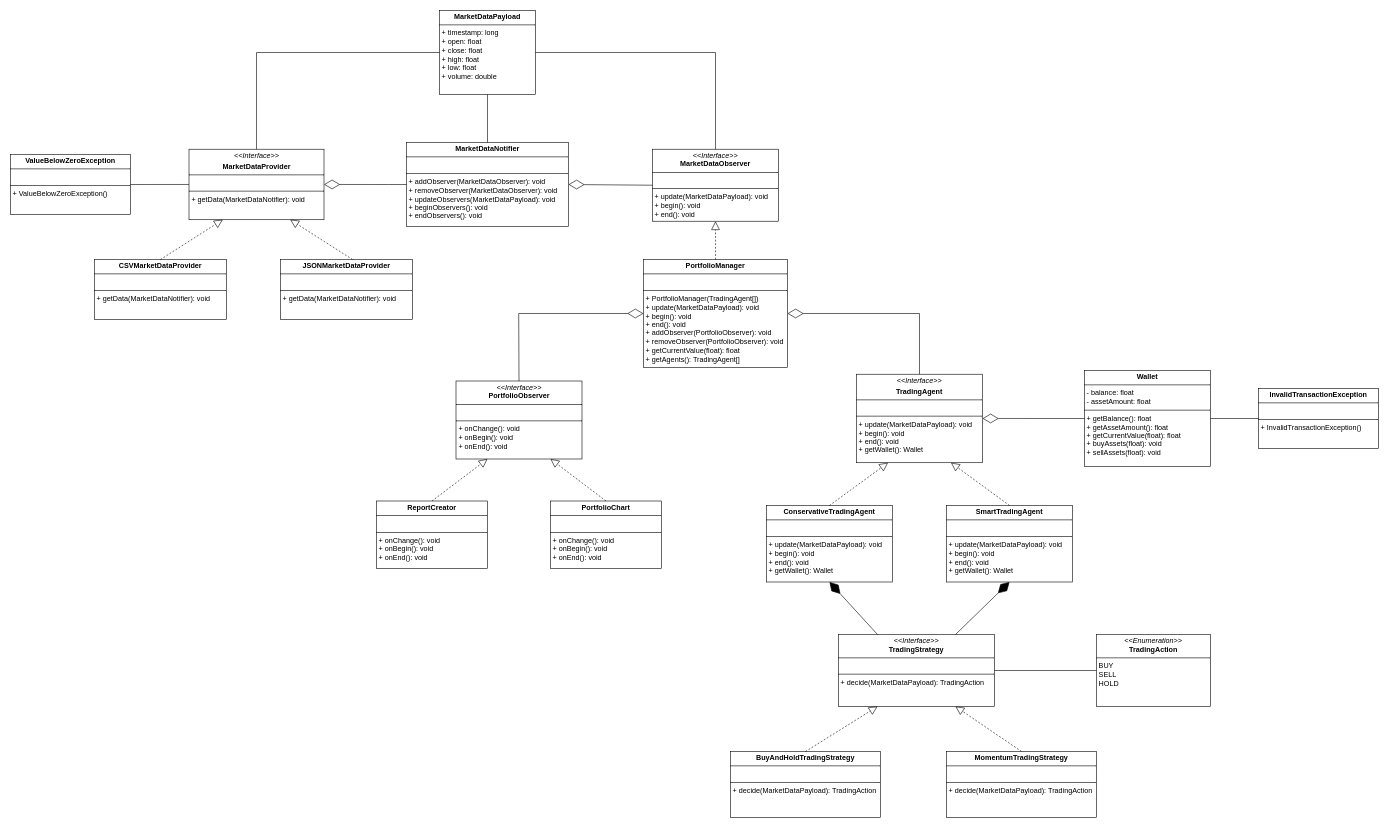
Before: assets/uml.drawio in Filipeak/mini-hedge-fund, a draw.io diagram. Source tidied: cells renumbered, new cells numbered last; positions are measured from the earlier drawing's top-left corner, leaving out a move shared by most shapes. Both pictures are drawn from the tidied source at 60%, with x=0, y=0 at pixel (10, 10).
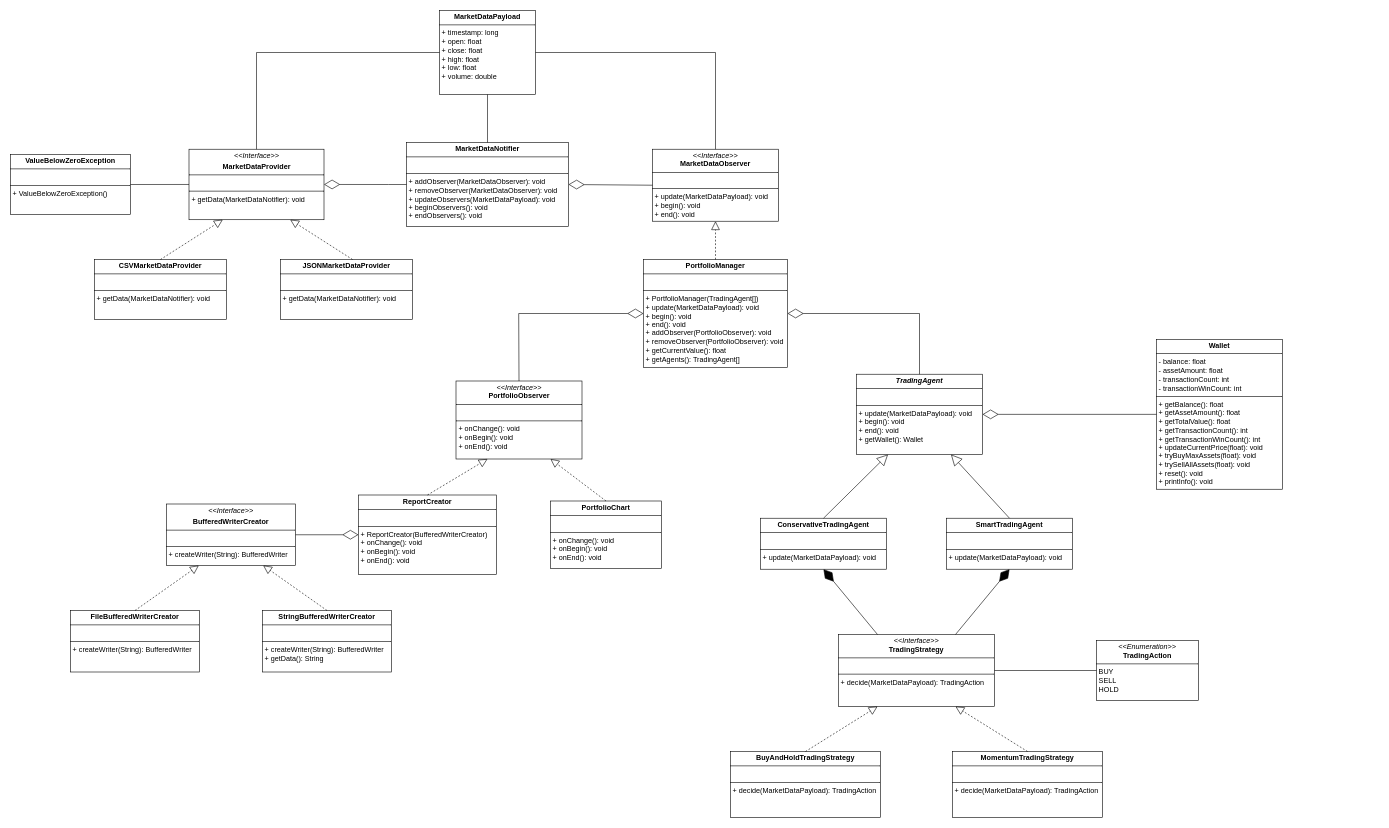
The same page after the edit.

Commit message (it also covers changes not shown here):
Fix wallet architecture, trading agents, add report gen abstraction

The edit, as a diff of the source:
```diff
@@
-    <mxCell id="5" value="&lt;p style=&quot;margin:0px;margin-top:4px;text-align:center;&quot;&gt;&lt;i style=&quot;&quot;&gt;&amp;lt;&amp;lt;Interface&amp;gt;&amp;gt;&lt;/i&gt;&lt;/p&gt;&lt;p style=&quot;margin:0px;margin-top:4px;text-align:center;&quot;&gt;&lt;b style=&quot;&quot;&gt;TradingAgent&lt;/b&gt;&lt;/p&gt;&lt;hr size=&quot;1&quot; style=&quot;border-style:solid;&quot;&gt;&lt;p style=&quot;margin:0px;margin-left:4px;&quot;&gt;&lt;br&gt;&lt;/p&gt;&lt;hr size=&quot;1&quot; style=&quot;border-style:solid;&quot;&gt;&lt;p style=&quot;margin:0px;margin-left:4px;&quot;&gt;+ update(MarketDataPayload): void&lt;/p&gt;&lt;p style=&quot;margin:0px;margin-left:4px;&quot;&gt;+ begin(): void&lt;/p&gt;&lt;p style=&quot;margin:0px;margin-left:4px;&quot;&gt;+ end(): void&lt;/p&gt;&lt;p style=&quot;margin:0px;margin-left:4px;&quot;&gt;+ getWallet(): Wallet&lt;/p&gt;&lt;p style=&quot;margin:0px;margin-left:4px;&quot;&gt;&lt;br&gt;&lt;/p&gt;" style="verticalAlign=top;align=left;overflow=fill;html=1;whiteSpace=wrap;" parent="1" vertex="1">
-      <mxGeometry x="1410" y="606.2" width="210" height="147.5" as="geometry" />
+    <mxCell id="5" value="&lt;p style=&quot;margin:0px;margin-top:4px;text-align:center;&quot;&gt;&lt;b style=&quot;background-color: transparent; color: light-dark(rgb(0, 0, 0), rgb(255, 255, 255));&quot;&gt;&lt;i&gt;TradingAgent&lt;/i&gt;&lt;/b&gt;&lt;/p&gt;&lt;hr size=&quot;1&quot; style=&quot;border-style:solid;&quot;&gt;&lt;p style=&quot;margin:0px;margin-left:4px;&quot;&gt;&lt;br&gt;&lt;/p&gt;&lt;hr size=&quot;1&quot; style=&quot;border-style:solid;&quot;&gt;&lt;p style=&quot;margin:0px;margin-left:4px;&quot;&gt;+ update(MarketDataPayload): void&lt;/p&gt;&lt;p style=&quot;margin:0px;margin-left:4px;&quot;&gt;+ begin(): void&lt;/p&gt;&lt;p style=&quot;margin:0px;margin-left:4px;&quot;&gt;+ end(): void&lt;/p&gt;&lt;p style=&quot;margin:0px;margin-left:4px;&quot;&gt;+ getWallet(): Wallet&lt;/p&gt;&lt;p style=&quot;margin:0px;margin-left:4px;&quot;&gt;&lt;br&gt;&lt;/p&gt;" style="verticalAlign=top;align=left;overflow=fill;html=1;whiteSpace=wrap;" parent="1" vertex="1">
+      <mxGeometry x="1410" y="606.2" width="210" height="133.8" as="geometry" />
     </mxCell>
-    <mxCell id="6" value="&lt;p style=&quot;margin:0px;margin-top:4px;text-align:center;&quot;&gt;&lt;b&gt;ConservativeTradingAgent&lt;/b&gt;&lt;/p&gt;&lt;hr size=&quot;1&quot; style=&quot;border-style:solid;&quot;&gt;&lt;p style=&quot;margin:0px;margin-left:4px;&quot;&gt;&lt;br&gt;&lt;/p&gt;&lt;hr size=&quot;1&quot; style=&quot;border-style:solid;&quot;&gt;&lt;p style=&quot;margin: 0px 0px 0px 4px;&quot;&gt;+ update(MarketDataPayload): void&lt;/p&gt;&lt;p style=&quot;margin: 0px 0px 0px 4px;&quot;&gt;+ begin(): void&lt;/p&gt;&lt;p style=&quot;margin: 0px 0px 0px 4px;&quot;&gt;+ end(): void&lt;/p&gt;&lt;p style=&quot;margin: 0px 0px 0px 4px;&quot;&gt;+&amp;nbsp;getWallet(): Wallet&lt;/p&gt;&lt;p style=&quot;margin:0px;margin-left:4px;&quot;&gt;&lt;br&gt;&lt;/p&gt;" style="verticalAlign=top;align=left;overflow=fill;html=1;whiteSpace=wrap;" parent="1" vertex="1">
-      <mxGeometry x="1260" y="825" width="210" height="127.5" as="geometry" />
+    <mxCell id="6" value="&lt;p style=&quot;margin:0px;margin-top:4px;text-align:center;&quot;&gt;&lt;b&gt;ConservativeTradingAgent&lt;/b&gt;&lt;/p&gt;&lt;hr size=&quot;1&quot; style=&quot;border-style:solid;&quot;&gt;&lt;p style=&quot;margin:0px;margin-left:4px;&quot;&gt;&lt;br&gt;&lt;/p&gt;&lt;hr size=&quot;1&quot; style=&quot;border-style:solid;&quot;&gt;&lt;p style=&quot;margin: 0px 0px 0px 4px;&quot;&gt;+ update(MarketDataPayload): void&lt;/p&gt;&lt;p style=&quot;margin:0px;margin-left:4px;&quot;&gt;&lt;br&gt;&lt;/p&gt;" style="verticalAlign=top;align=left;overflow=fill;html=1;whiteSpace=wrap;" parent="1" vertex="1">
+      <mxGeometry x="1250" y="846.2" width="210" height="85" as="geometry" />
     </mxCell>
-    <mxCell id="7" value="&lt;p style=&quot;margin:0px;margin-top:4px;text-align:center;&quot;&gt;&lt;b&gt;SmartTradingAgent&lt;/b&gt;&lt;/p&gt;&lt;hr size=&quot;1&quot; style=&quot;border-style:solid;&quot;&gt;&lt;p style=&quot;margin:0px;margin-left:4px;&quot;&gt;&lt;br&gt;&lt;/p&gt;&lt;hr size=&quot;1&quot; style=&quot;border-style:solid;&quot;&gt;&lt;p style=&quot;margin: 0px 0px 0px 4px;&quot;&gt;+ update(MarketDataPayload): void&lt;/p&gt;&lt;p style=&quot;margin: 0px 0px 0px 4px;&quot;&gt;+ begin(): void&lt;/p&gt;&lt;p style=&quot;margin: 0px 0px 0px 4px;&quot;&gt;+ end(): void&lt;/p&gt;&lt;p style=&quot;margin: 0px 0px 0px 4px;&quot;&gt;+&amp;nbsp;getWallet(): Wallet&lt;/p&gt;" style="verticalAlign=top;align=left;overflow=fill;html=1;whiteSpace=wrap;" parent="1" vertex="1">
-      <mxGeometry x="1560" y="825" width="210" height="127.5" as="geometry" />
+    <mxCell id="7" value="&lt;p style=&quot;margin:0px;margin-top:4px;text-align:center;&quot;&gt;&lt;b&gt;SmartTradingAgent&lt;/b&gt;&lt;/p&gt;&lt;hr size=&quot;1&quot; style=&quot;border-style:solid;&quot;&gt;&lt;p style=&quot;margin:0px;margin-left:4px;&quot;&gt;&lt;br&gt;&lt;/p&gt;&lt;hr size=&quot;1&quot; style=&quot;border-style:solid;&quot;&gt;&lt;p style=&quot;margin: 0px 0px 0px 4px;&quot;&gt;+ update(MarketDataPayload): void&lt;/p&gt;" style="verticalAlign=top;align=left;overflow=fill;html=1;whiteSpace=wrap;" parent="1" vertex="1">
+      <mxGeometry x="1560" y="846.2" width="210" height="85" as="geometry" />
     </mxCell>
@@
     <mxCell id="9" value="&lt;p style=&quot;margin:0px;margin-top:4px;text-align:center;&quot;&gt;&lt;i&gt;&amp;lt;&amp;lt;Enumeration&amp;gt;&amp;gt;&lt;/i&gt;&lt;br&gt;&lt;b&gt;TradingAction&lt;/b&gt;&lt;/p&gt;&lt;hr size=&quot;1&quot; style=&quot;border-style:solid;&quot;&gt;&lt;p style=&quot;margin:0px;margin-left:4px;&quot;&gt;BUY&lt;/p&gt;&lt;p style=&quot;margin:0px;margin-left:4px;&quot;&gt;SELL&lt;/p&gt;&lt;p style=&quot;margin:0px;margin-left:4px;&quot;&gt;HOLD&lt;/p&gt;" style="verticalAlign=top;align=left;overflow=fill;html=1;whiteSpace=wrap;" parent="1" vertex="1">
-      <mxGeometry x="1810" y="1040" width="190" height="120" as="geometry" />
+      <mxGeometry x="1810" y="1050" width="170" height="100" as="geometry" />
     </mxCell>
@@
     <mxCell id="12" value="&lt;p style=&quot;margin:0px;margin-top:4px;text-align:center;&quot;&gt;&lt;b&gt;MomentumTradingStrategy&lt;/b&gt;&lt;/p&gt;&lt;hr size=&quot;1&quot; style=&quot;border-style:solid;&quot;&gt;&lt;p style=&quot;margin:0px;margin-left:4px;&quot;&gt;&lt;br&gt;&lt;/p&gt;&lt;hr size=&quot;1&quot; style=&quot;border-style:solid;&quot;&gt;&lt;p style=&quot;margin:0px;margin-left:4px;&quot;&gt;+ decide(MarketDataPayload):&amp;nbsp;&lt;span style=&quot;background-color: transparent; color: light-dark(rgb(0, 0, 0), rgb(255, 255, 255));&quot;&gt;TradingAction&lt;/span&gt;&lt;br&gt;&lt;/p&gt;&lt;p style=&quot;margin:0px;margin-left:4px;&quot;&gt;&lt;br&gt;&lt;/p&gt;" style="verticalAlign=top;align=left;overflow=fill;html=1;whiteSpace=wrap;" parent="1" vertex="1">
-      <mxGeometry x="1560" y="1235" width="250" height="110" as="geometry" />
+      <mxGeometry x="1570" y="1235" width="250" height="110" as="geometry" />
     </mxCell>
@@
-    <mxCell id="25" value="&lt;p style=&quot;margin:0px;margin-top:4px;text-align:center;&quot;&gt;&lt;b&gt;Wallet&lt;/b&gt;&lt;/p&gt;&lt;hr size=&quot;1&quot; style=&quot;border-style:solid;&quot;&gt;&lt;p style=&quot;margin:0px;margin-left:4px;&quot;&gt;- balance: float&lt;/p&gt;&lt;p style=&quot;margin:0px;margin-left:4px;&quot;&gt;- assetAmount: float&lt;/p&gt;&lt;hr size=&quot;1&quot; style=&quot;border-style:solid;&quot;&gt;&lt;p style=&quot;margin:0px;margin-left:4px;&quot;&gt;&lt;span style=&quot;background-color: transparent; color: light-dark(rgb(0, 0, 0), rgb(255, 255, 255));&quot;&gt;+ getBalance(): float&lt;/span&gt;&lt;/p&gt;&lt;p style=&quot;margin:0px;margin-left:4px;&quot;&gt;&lt;span style=&quot;background-color: transparent; color: light-dark(rgb(0, 0, 0), rgb(255, 255, 255));&quot;&gt;+ getAssetAmount(): float&lt;/span&gt;&lt;/p&gt;&lt;p style=&quot;margin:0px;margin-left:4px;&quot;&gt;&lt;span style=&quot;background-color: transparent; color: light-dark(rgb(0, 0, 0), rgb(255, 255, 255));&quot;&gt;+ getCurrentValue(float): float&lt;/span&gt;&lt;/p&gt;&lt;p style=&quot;margin:0px;margin-left:4px;&quot;&gt;&lt;span style=&quot;background-color: transparent; color: light-dark(rgb(0, 0, 0), rgb(255, 255, 255));&quot;&gt;+ buyAssets(float): void&lt;/span&gt;&lt;/p&gt;&lt;p style=&quot;margin:0px;margin-left:4px;&quot;&gt;&lt;span style=&quot;background-color: transparent; color: light-dark(rgb(0, 0, 0), rgb(255, 255, 255));&quot;&gt;+ sellAssets(float): void&lt;/span&gt;&lt;/p&gt;" style="verticalAlign=top;align=left;overflow=fill;html=1;whiteSpace=wrap;" parent="1" vertex="1">
-      <mxGeometry x="1790" y="600" width="210" height="160" as="geometry" />
+    <mxCell id="25" value="&lt;p style=&quot;margin: 4px 0px 0px; text-align: center;&quot;&gt;&lt;b&gt;Wallet&lt;/b&gt;&lt;/p&gt;&lt;hr size=&quot;1&quot; style=&quot;border-style: solid;&quot;&gt;&lt;p style=&quot;margin: 0px 0px 0px 4px;&quot;&gt;- balance: float&lt;/p&gt;&lt;p style=&quot;margin: 0px 0px 0px 4px;&quot;&gt;- assetAmount: float&lt;/p&gt;&lt;p style=&quot;margin: 0px 0px 0px 4px;&quot;&gt;- transactionCount: int&lt;/p&gt;&lt;p style=&quot;margin: 0px 0px 0px 4px;&quot;&gt;- transactionWinCount: int&lt;/p&gt;&lt;hr size=&quot;1&quot; style=&quot;border-style: solid;&quot;&gt;&lt;p style=&quot;margin: 0px 0px 0px 4px;&quot;&gt;&lt;span style=&quot;background-color: transparent; color: light-dark(rgb(0, 0, 0), rgb(255, 255, 255));&quot;&gt;+ getBalance(): float&lt;/span&gt;&lt;/p&gt;&lt;p style=&quot;margin: 0px 0px 0px 4px;&quot;&gt;&lt;span style=&quot;background-color: transparent; color: light-dark(rgb(0, 0, 0), rgb(255, 255, 255));&quot;&gt;+ getAssetAmount(): float&lt;/span&gt;&lt;/p&gt;&lt;p style=&quot;margin: 0px 0px 0px 4px;&quot;&gt;+ getTotalValue(): float&lt;span style=&quot;background-color: transparent; color: light-dark(rgb(0, 0, 0), rgb(255, 255, 255));&quot;&gt;&lt;/span&gt;&lt;/p&gt;&lt;p style=&quot;margin: 0px 0px 0px 4px;&quot;&gt;&lt;span style=&quot;background-color: transparent; color: light-dark(rgb(0, 0, 0), rgb(255, 255, 255));&quot;&gt;+ getTransactionCount(): int&lt;/span&gt;&lt;/p&gt;&lt;p style=&quot;margin: 0px 0px 0px 4px;&quot;&gt;&lt;span style=&quot;background-color: transparent; color: light-dark(rgb(0, 0, 0), rgb(255, 255, 255));&quot;&gt;+ getTransactionWinCount(): int&lt;/span&gt;&lt;/p&gt;&lt;p style=&quot;margin: 0px 0px 0px 4px;&quot;&gt;&lt;span style=&quot;background-color: transparent; color: light-dark(rgb(0, 0, 0), rgb(255, 255, 255));&quot;&gt;+ updateCurrentPrice(float): void&lt;/span&gt;&lt;/p&gt;&lt;p style=&quot;margin: 0px 0px 0px 4px;&quot;&gt;&lt;span style=&quot;background-color: transparent; color: light-dark(rgb(0, 0, 0), rgb(255, 255, 255));&quot;&gt;+ tryBuyMaxAssets(float): void&lt;/span&gt;&lt;/p&gt;&lt;p style=&quot;margin: 0px 0px 0px 4px;&quot;&gt;&lt;span style=&quot;background-color: transparent; color: light-dark(rgb(0, 0, 0), rgb(255, 255, 255));&quot;&gt;+ trySellAllAssets(float): void&lt;/span&gt;&lt;/p&gt;&lt;p style=&quot;margin: 0px 0px 0px 4px;&quot;&gt;+ reset(): void&lt;span style=&quot;background-color: transparent; color: light-dark(rgb(0, 0, 0), rgb(255, 255, 255));&quot;&gt;&lt;/span&gt;&lt;/p&gt;&lt;p style=&quot;margin: 0px 0px 0px 4px;&quot;&gt;+ printInfo(): void&lt;/p&gt;" style="verticalAlign=top;align=left;overflow=fill;html=1;whiteSpace=wrap;" parent="1" vertex="1">
+      <mxGeometry x="1910" y="548.3" width="210" height="249.6" as="geometry" />
     </mxCell>
-    <mxCell id="26" style="endArrow=block;dashed=1;endFill=0;endSize=12;html=1;rounded=0;exitX=0.5;exitY=0;exitDx=0;exitDy=0;entryX=0.25;entryY=1;entryDx=0;entryDy=0;" parent="1" edge="1" source="6" target="5">
-      <mxGeometry relative="1" as="geometry" />
-    </mxCell>
-    <mxCell id="27" style="endArrow=block;dashed=1;endFill=0;endSize=12;html=1;rounded=0;exitX=0.5;exitY=0;exitDx=0;exitDy=0;entryX=0.75;entryY=1;entryDx=0;entryDy=0;" parent="1" edge="1" source="7" target="5">
-      <mxGeometry relative="1" as="geometry" />
-    </mxCell>
-    <mxCell id="28" value="&lt;p style=&quot;margin:0px;margin-top:4px;text-align:center;&quot;&gt;&lt;b style=&quot;&quot;&gt;PortfolioManager&lt;/b&gt;&lt;/p&gt;&lt;hr size=&quot;1&quot; style=&quot;border-style:solid;&quot;&gt;&lt;p style=&quot;margin:0px;margin-left:4px;&quot;&gt;&lt;br&gt;&lt;/p&gt;&lt;hr size=&quot;1&quot; style=&quot;border-style:solid;&quot;&gt;&lt;p style=&quot;margin:0px;margin-left:4px;&quot;&gt;+ PortfolioManager(TradingAgent[])&lt;/p&gt;&lt;p style=&quot;margin:0px;margin-left:4px;&quot;&gt;+ update(MarketDataPayload): void&lt;br&gt;&lt;/p&gt;&lt;p style=&quot;margin:0px;margin-left:4px;&quot;&gt;+ begin(): void&lt;/p&gt;&lt;p style=&quot;margin:0px;margin-left:4px;&quot;&gt;+ end(): void&lt;/p&gt;&lt;p style=&quot;margin:0px;margin-left:4px;&quot;&gt;+ addObserver(PortfolioObserver): void&lt;/p&gt;&lt;p style=&quot;margin:0px;margin-left:4px;&quot;&gt;+ removeObserver(PortfolioObserver): void&lt;/p&gt;&lt;p style=&quot;margin:0px;margin-left:4px;&quot;&gt;+ getCurrentValue(float): float&lt;/p&gt;&lt;p style=&quot;margin:0px;margin-left:4px;&quot;&gt;+ getAgents(): TradingAgent[]&lt;/p&gt;" style="verticalAlign=top;align=left;overflow=fill;html=1;whiteSpace=wrap;" parent="1" vertex="1">
+    <mxCell id="28" value="&lt;p style=&quot;margin:0px;margin-top:4px;text-align:center;&quot;&gt;&lt;b style=&quot;&quot;&gt;PortfolioManager&lt;/b&gt;&lt;/p&gt;&lt;hr size=&quot;1&quot; style=&quot;border-style:solid;&quot;&gt;&lt;p style=&quot;margin:0px;margin-left:4px;&quot;&gt;&lt;br&gt;&lt;/p&gt;&lt;hr size=&quot;1&quot; style=&quot;border-style:solid;&quot;&gt;&lt;p style=&quot;margin:0px;margin-left:4px;&quot;&gt;+ PortfolioManager(TradingAgent[])&lt;/p&gt;&lt;p style=&quot;margin:0px;margin-left:4px;&quot;&gt;+ update(MarketDataPayload): void&lt;br&gt;&lt;/p&gt;&lt;p style=&quot;margin:0px;margin-left:4px;&quot;&gt;+ begin(): void&lt;/p&gt;&lt;p style=&quot;margin:0px;margin-left:4px;&quot;&gt;+ end(): void&lt;/p&gt;&lt;p style=&quot;margin:0px;margin-left:4px;&quot;&gt;+ addObserver(PortfolioObserver): void&lt;/p&gt;&lt;p style=&quot;margin:0px;margin-left:4px;&quot;&gt;+ removeObserver(PortfolioObserver): void&lt;/p&gt;&lt;p style=&quot;margin:0px;margin-left:4px;&quot;&gt;+ getCurrentValue(): float&lt;/p&gt;&lt;p style=&quot;margin:0px;margin-left:4px;&quot;&gt;+ getAgents(): TradingAgent[]&lt;/p&gt;" style="verticalAlign=top;align=left;overflow=fill;html=1;whiteSpace=wrap;" parent="1" vertex="1">
       <mxGeometry x="1055" y="415" width="240" height="180" as="geometry" />
     </mxCell>
@@
-    <mxCell id="35" value="&lt;p style=&quot;margin:0px;margin-top:4px;text-align:center;&quot;&gt;&lt;b&gt;InvalidTransactionException&lt;/b&gt;&lt;/p&gt;&lt;hr size=&quot;1&quot; style=&quot;border-style:solid;&quot;&gt;&lt;p style=&quot;margin:0px;margin-left:4px;&quot;&gt;&lt;br&gt;&lt;/p&gt;&lt;hr size=&quot;1&quot; style=&quot;border-style:solid;&quot;&gt;&lt;p style=&quot;margin:0px;margin-left:4px;&quot;&gt;&lt;span style=&quot;background-color: transparent; color: light-dark(rgb(0, 0, 0), rgb(255, 255, 255));&quot;&gt;+ InvalidTransactionException()&lt;/span&gt;&lt;/p&gt;" style="verticalAlign=top;align=left;overflow=fill;html=1;whiteSpace=wrap;" parent="1" vertex="1">
-      <mxGeometry x="2080" y="630" width="200" height="100" as="geometry" />
-    </mxCell>
-    <mxCell id="36" style="endArrow=none;html=1;rounded=0;exitX=1;exitY=0.5;exitDx=0;exitDy=0;entryX=0;entryY=0.5;entryDx=0;entryDy=0;" parent="1" edge="1" source="25" target="35">
-      <mxGeometry relative="1" as="geometry" />
-    </mxCell>
-    <mxCell id="37" value="&lt;p style=&quot;margin:0px;margin-top:4px;text-align:center;&quot;&gt;&lt;b&gt;ReportCreator&lt;/b&gt;&lt;/p&gt;&lt;hr size=&quot;1&quot; style=&quot;border-style:solid;&quot;&gt;&lt;p style=&quot;margin:0px;margin-left:4px;&quot;&gt;&lt;br&gt;&lt;/p&gt;&lt;hr size=&quot;1&quot; style=&quot;border-style:solid;&quot;&gt;&lt;p style=&quot;margin: 0px 0px 0px 4px;&quot;&gt;+ onChange(): void&lt;br&gt;&lt;/p&gt;&lt;p style=&quot;margin: 0px 0px 0px 4px;&quot;&gt;+ onBegin(): void&lt;/p&gt;&lt;p style=&quot;margin: 0px 0px 0px 4px;&quot;&gt;+ onEnd(): void&lt;/p&gt;" style="verticalAlign=top;align=left;overflow=fill;html=1;whiteSpace=wrap;" parent="1" vertex="1">
-      <mxGeometry x="610" y="817.5" width="185" height="112.5" as="geometry" />
+    <mxCell id="37" value="&lt;p style=&quot;margin:0px;margin-top:4px;text-align:center;&quot;&gt;&lt;b&gt;ReportCreator&lt;/b&gt;&lt;/p&gt;&lt;hr size=&quot;1&quot; style=&quot;border-style:solid;&quot;&gt;&lt;p style=&quot;margin:0px;margin-left:4px;&quot;&gt;&lt;br&gt;&lt;/p&gt;&lt;hr size=&quot;1&quot; style=&quot;border-style:solid;&quot;&gt;&lt;p style=&quot;margin: 0px 0px 0px 4px;&quot;&gt;+ ReportCreator(BufferedWriterCreator)&lt;/p&gt;&lt;p style=&quot;margin: 0px 0px 0px 4px;&quot;&gt;+ onChange(): void&lt;br&gt;&lt;/p&gt;&lt;p style=&quot;margin: 0px 0px 0px 4px;&quot;&gt;+ onBegin(): void&lt;/p&gt;&lt;p style=&quot;margin: 0px 0px 0px 4px;&quot;&gt;+ onEnd(): void&lt;/p&gt;" style="verticalAlign=top;align=left;overflow=fill;html=1;whiteSpace=wrap;" parent="1" vertex="1">
+      <mxGeometry x="580" y="807.5" width="230" height="132.5" as="geometry" />
     </mxCell>
@@
+    <mxCell id="26" style="endArrow=block;endSize=16;endFill=0;html=1;rounded=0;exitX=0.5;exitY=0;exitDx=0;exitDy=0;entryX=0.25;entryY=1;entryDx=0;entryDy=0;" parent="1" edge="1" source="6" target="5">
+      <mxGeometry relative="1" as="geometry" />
+    </mxCell>
+    <mxCell id="27" style="endArrow=block;endSize=16;endFill=0;html=1;rounded=0;exitX=0.5;exitY=0;exitDx=0;exitDy=0;entryX=0.75;entryY=1;entryDx=0;entryDy=0;" parent="1" edge="1" source="7" target="5">
+      <mxGeometry relative="1" as="geometry" />
+    </mxCell>
+    <mxCell id="44" value="&lt;p style=&quot;margin:0px;margin-top:4px;text-align:center;&quot;&gt;&lt;i&gt;&amp;lt;&amp;lt;Interface&amp;gt;&amp;gt;&lt;/i&gt;&lt;/p&gt;&lt;p style=&quot;margin:0px;margin-top:4px;text-align:center;&quot;&gt;&lt;b&gt;BufferedWriterCreator&lt;/b&gt;&lt;/p&gt;&lt;hr size=&quot;1&quot; style=&quot;border-style:solid;&quot;&gt;&lt;p style=&quot;margin:0px;margin-left:4px;&quot;&gt;&lt;br&gt;&lt;/p&gt;&lt;hr size=&quot;1&quot; style=&quot;border-style:solid;&quot;&gt;&lt;p style=&quot;margin: 0px 0px 0px 4px;&quot;&gt;+ createWriter(String): BufferedWriter&lt;/p&gt;" style="verticalAlign=top;align=left;overflow=fill;html=1;whiteSpace=wrap;" parent="1" vertex="1">
+      <mxGeometry x="260" y="822.5" width="215" height="102.5" as="geometry" />
+    </mxCell>
+    <mxCell id="45" style="endArrow=diamondThin;endFill=0;endSize=24;html=1;rounded=0;entryX=0;entryY=0.5;entryDx=0;entryDy=0;exitX=1;exitY=0.5;exitDx=0;exitDy=0;" parent="1" edge="1" source="44" target="37">
+      <mxGeometry relative="1" as="geometry" />
+    </mxCell>
+    <mxCell id="46" value="&lt;p style=&quot;margin:0px;margin-top:4px;text-align:center;&quot;&gt;&lt;b&gt;FileBufferedWriterCreator&lt;/b&gt;&lt;/p&gt;&lt;hr size=&quot;1&quot; style=&quot;border-style:solid;&quot;&gt;&lt;p style=&quot;margin:0px;margin-left:4px;&quot;&gt;&lt;br&gt;&lt;/p&gt;&lt;hr size=&quot;1&quot; style=&quot;border-style:solid;&quot;&gt;&lt;p style=&quot;margin: 0px 0px 0px 4px;&quot;&gt;+ createWriter(String): BufferedWriter&lt;/p&gt;" style="verticalAlign=top;align=left;overflow=fill;html=1;whiteSpace=wrap;" parent="1" vertex="1">
+      <mxGeometry x="100" y="1000" width="215" height="102.5" as="geometry" />
+    </mxCell>
+    <mxCell id="47" value="&lt;p style=&quot;margin:0px;margin-top:4px;text-align:center;&quot;&gt;&lt;b&gt;StringBufferedWriterCreator&lt;/b&gt;&lt;/p&gt;&lt;hr size=&quot;1&quot; style=&quot;border-style:solid;&quot;&gt;&lt;p style=&quot;margin:0px;margin-left:4px;&quot;&gt;&lt;br&gt;&lt;/p&gt;&lt;hr size=&quot;1&quot; style=&quot;border-style:solid;&quot;&gt;&lt;p style=&quot;margin: 0px 0px 0px 4px;&quot;&gt;+ createWriter(String): BufferedWriter&lt;/p&gt;&lt;p style=&quot;margin: 0px 0px 0px 4px;&quot;&gt;+ getData(): String&lt;/p&gt;" style="verticalAlign=top;align=left;overflow=fill;html=1;whiteSpace=wrap;" parent="1" vertex="1">
+      <mxGeometry x="420" y="1000" width="215" height="102.5" as="geometry" />
+    </mxCell>
+    <mxCell id="48" style="endArrow=block;dashed=1;endFill=0;endSize=12;html=1;rounded=0;exitX=0.5;exitY=0;exitDx=0;exitDy=0;entryX=0.25;entryY=1;entryDx=0;entryDy=0;" parent="1" edge="1" source="46" target="44">
+      <mxGeometry relative="1" as="geometry" />
+    </mxCell>
+    <mxCell id="49" style="endArrow=block;dashed=1;endFill=0;endSize=12;html=1;rounded=0;exitX=0.5;exitY=0;exitDx=0;exitDy=0;entryX=0.75;entryY=1;entryDx=0;entryDy=0;" parent="1" edge="1" source="47" target="44">
+      <mxGeometry relative="1" as="geometry" />
+    </mxCell>
```
